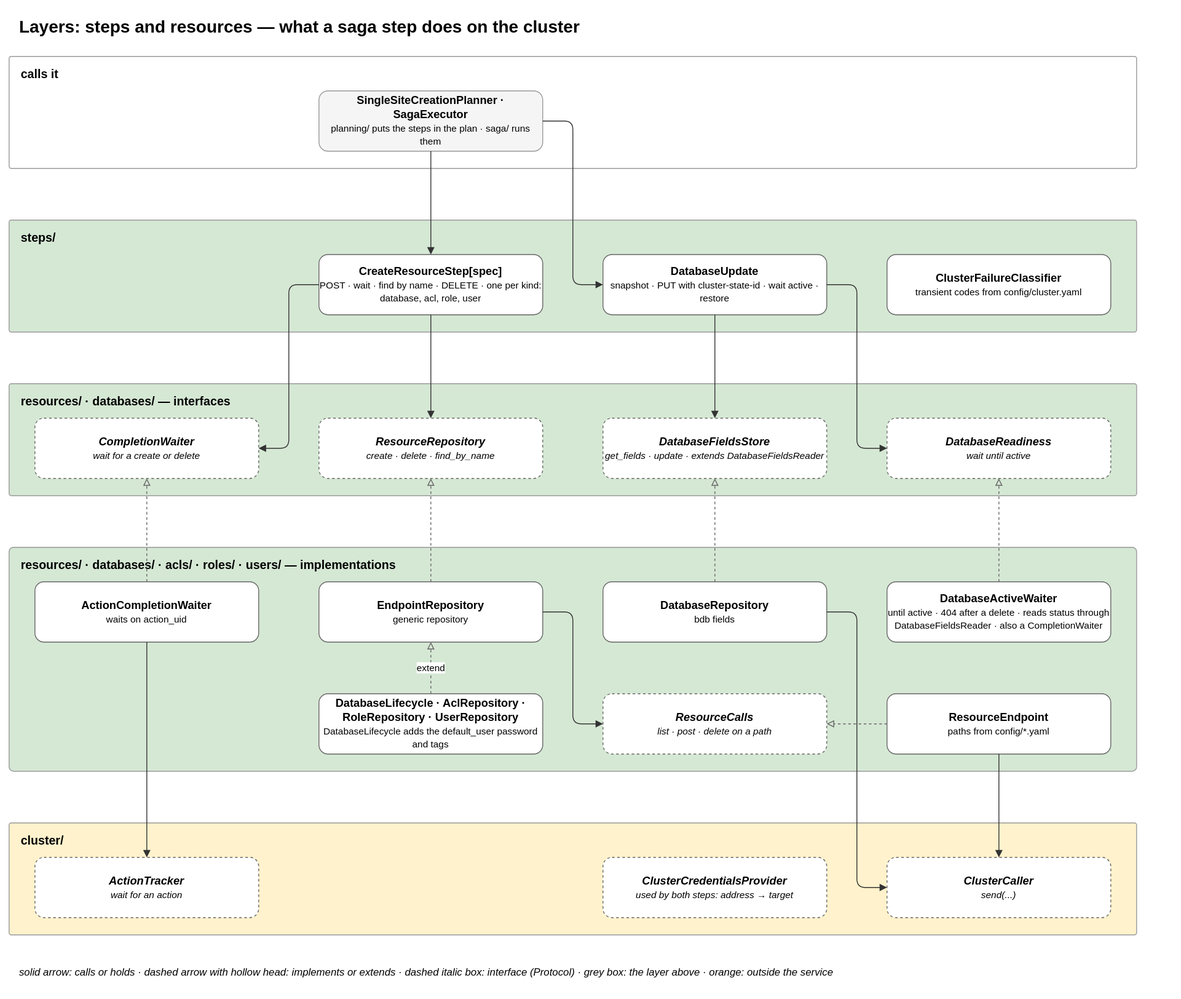
This is docs/diagrams/07-layer-steps-resources.drawio.svg from EliShteinman/redis-enterprise-services, a draw.io export, as it was before one commit. Source tidied: cells renumbered, new cells last; positions are measured from the earlier drawing's top-left corner, leaving out a move shared by most shapes.
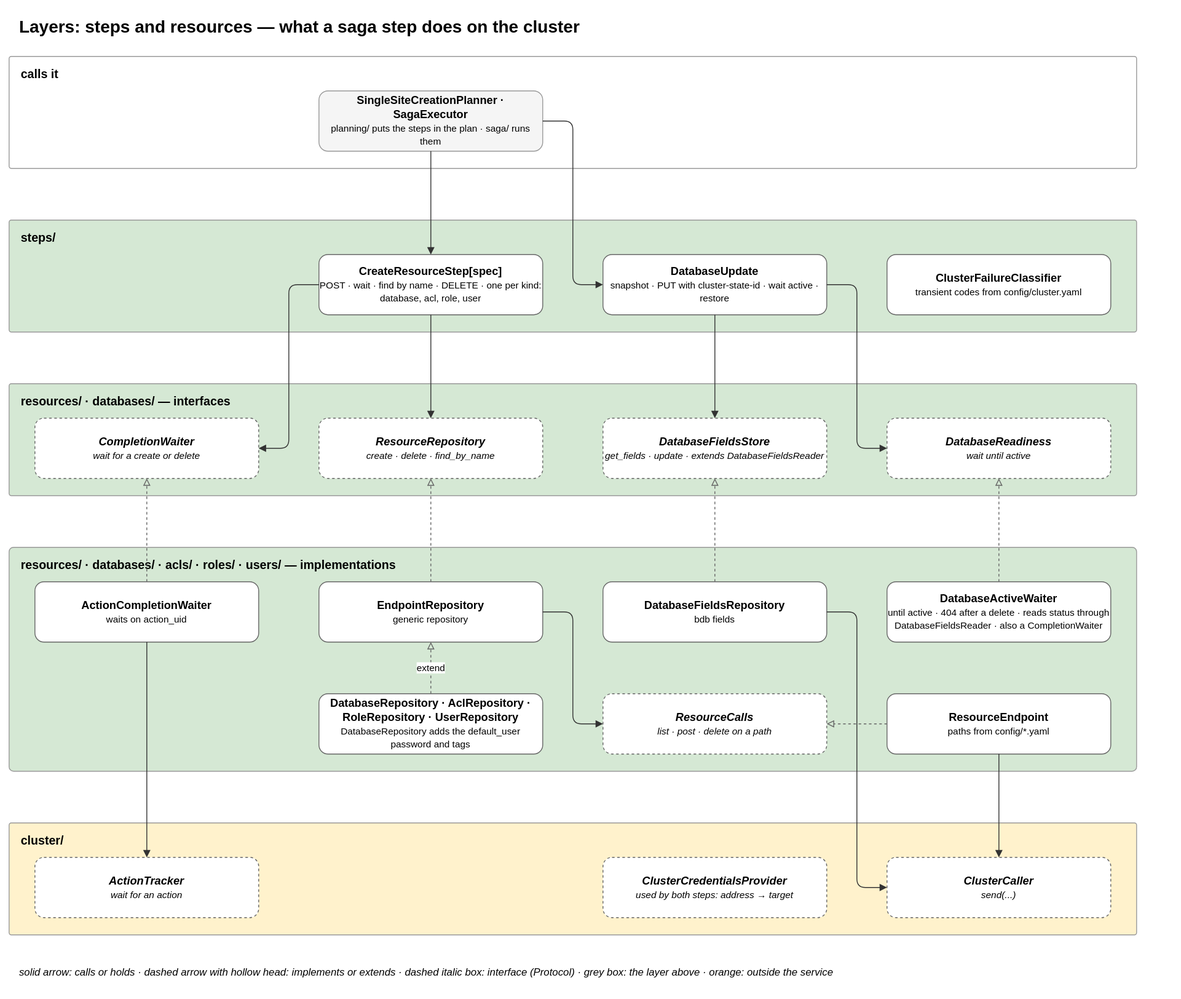
After the commit.

Commit message:
docs(diagrams): the database repository names follow the rename

The edit, as a diff of the source:
```diff
@@ -47,13 +47,13 @@
     <mxCell id="16" value="&lt;b&gt;EndpointRepository&lt;/b&gt;&lt;br&gt;&lt;font style='font-size:11px'&gt;generic repository&lt;/font&gt;" style="rounded=1;whiteSpace=wrap;html=1;fillColor=#ffffff;strokeColor=#666666;fontSize=13;" parent="1" vertex="1">
       <mxGeometry x="360" y="665" width="260" height="70" as="geometry" />
     </mxCell>
-    <mxCell id="17" value="&lt;b&gt;DatabaseRepository&lt;/b&gt;&lt;br&gt;&lt;font style='font-size:11px'&gt;bdb fields&lt;/font&gt;" style="rounded=1;whiteSpace=wrap;html=1;fillColor=#ffffff;strokeColor=#666666;fontSize=13;" parent="1" vertex="1">
+    <mxCell id="17" value="&lt;b&gt;DatabaseFieldsRepository&lt;/b&gt;&lt;br&gt;&lt;font style='font-size:11px'&gt;bdb fields&lt;/font&gt;" style="rounded=1;whiteSpace=wrap;html=1;fillColor=#ffffff;strokeColor=#666666;fontSize=13;" parent="1" vertex="1">
       <mxGeometry x="690" y="665" width="260" height="70" as="geometry" />
     </mxCell>
     <mxCell id="18" value="&lt;b&gt;DatabaseActiveWaiter&lt;/b&gt;&lt;br&gt;&lt;font style='font-size:11px'&gt;until active · 404 after a delete · reads status through DatabaseFieldsReader · also a CompletionWaiter&lt;/font&gt;" style="rounded=1;whiteSpace=wrap;html=1;fillColor=#ffffff;strokeColor=#666666;fontSize=13;" parent="1" vertex="1">
       <mxGeometry x="1020" y="665" width="260" height="70" as="geometry" />
     </mxCell>
-    <mxCell id="19" value="&lt;b&gt;DatabaseLifecycle · AclRepository · RoleRepository · UserRepository&lt;/b&gt;&lt;br&gt;&lt;font style='font-size:11px'&gt;DatabaseLifecycle adds the default_user password and tags&lt;/font&gt;" style="rounded=1;whiteSpace=wrap;html=1;fillColor=#ffffff;strokeColor=#666666;fontSize=13;" parent="1" vertex="1">
+    <mxCell id="19" value="&lt;b&gt;DatabaseRepository · AclRepository · RoleRepository · UserRepository&lt;/b&gt;&lt;br&gt;&lt;font style='font-size:11px'&gt;DatabaseRepository adds the default_user password and tags&lt;/font&gt;" style="rounded=1;whiteSpace=wrap;html=1;fillColor=#ffffff;strokeColor=#666666;fontSize=13;" parent="1" vertex="1">
       <mxGeometry x="360" y="795" width="260" height="70" as="geometry" />
     </mxCell>
     <mxCell id="20" value="&lt;b&gt;ResourceCalls&lt;/b&gt;&lt;br&gt;&lt;font style='font-size:11px'&gt;list · post · delete on a path&lt;/font&gt;" style="rounded=1;whiteSpace=wrap;html=1;fillColor=#ffffff;strokeColor=#666666;fontSize=13;dashed=1;fontStyle=2;" parent="1" vertex="1">
```
